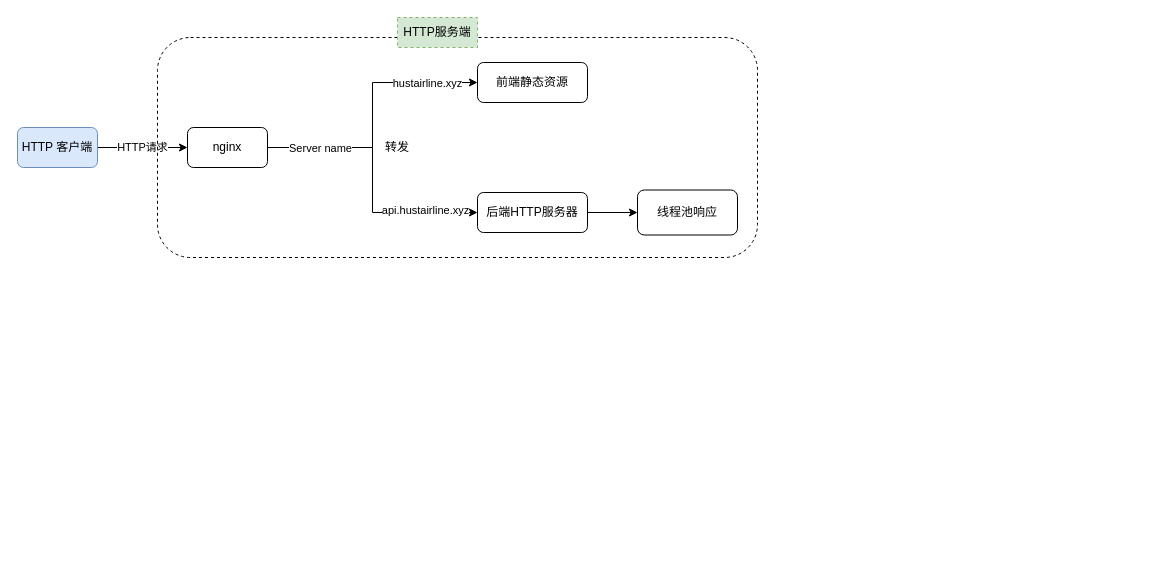
Above: Untitled Diagram.drawio in Icathian-Rain/process_maps (draw.io), before the change. Source tidied: cells renumbered, new cells numbered last; positions are measured from the earlier drawing's top-left corner, leaving out a move shared by most shapes. Both pictures are drawn from the tidied source at 100%, with x=0, y=0 at pixel (17, 17).
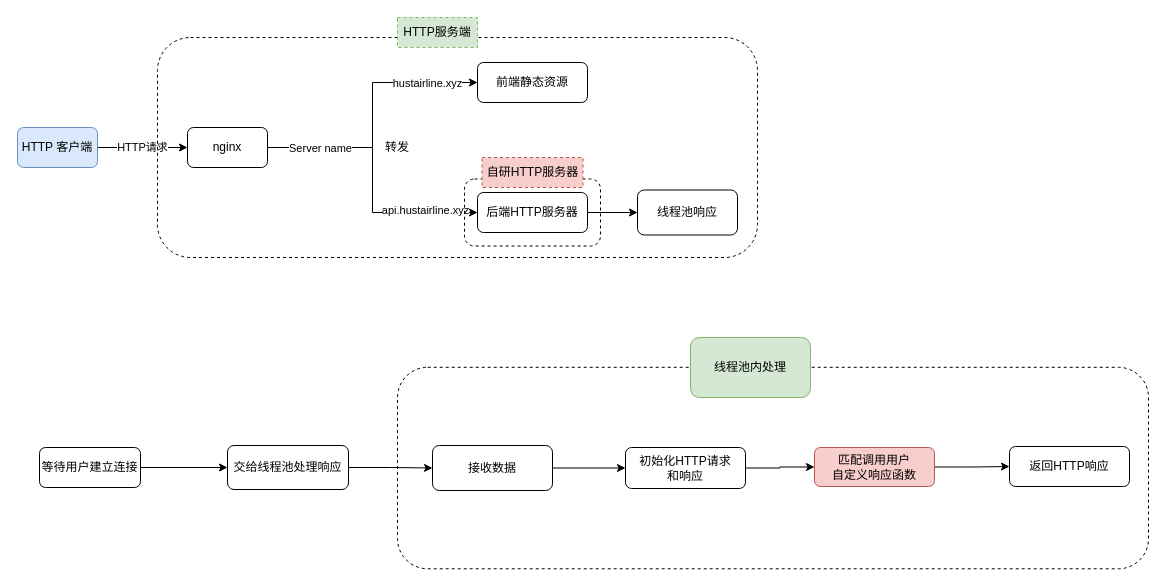
The same diagram, later.

Change to the diagram source:
```diff
@@
-<mxGraphModel>
+<mxGraphModel background="#ffffff">
@@
+    <mxCell id="17" style="rounded=1;whiteSpace=wrap;html=1;shadow=0;glass=0;dashed=1;sketch=0;fillColor=none;" parent="1" vertex="1">
+      <mxGeometry x="447" y="161.5" width="136" height="67" as="geometry" />
+    </mxCell>
+    <mxCell id="18" value="自研HTTP服务器" style="text;html=1;strokeColor=#b85450;fillColor=#f8cecc;align=center;verticalAlign=middle;whiteSpace=wrap;rounded=0;shadow=0;glass=0;dashed=1;sketch=0;" parent="1" vertex="1">
+      <mxGeometry x="464.5" y="140" width="101" height="30" as="geometry" />
+    </mxCell>
+    <mxCell id="19" style="edgeStyle=orthogonalEdgeStyle;rounded=0;jettySize=auto;html=1;exitX=1;exitY=0.5;exitDx=0;exitDy=0;" parent="1" edge="1" source="20" target="22">
+      <mxGeometry relative="1" as="geometry" />
+    </mxCell>
+    <mxCell id="20" value="等待用户建立连接" style="rounded=1;whiteSpace=wrap;html=1;shadow=0;glass=0;sketch=0;fillColor=none;strokeColor=default;" parent="1" vertex="1">
+      <mxGeometry x="22" y="430" width="101" height="40" as="geometry" />
+    </mxCell>
+    <mxCell id="21" style="edgeStyle=orthogonalEdgeStyle;rounded=0;jettySize=auto;html=1;exitX=1;exitY=0.5;exitDx=0;exitDy=0;entryX=0;entryY=0.5;entryDx=0;entryDy=0;" parent="1" edge="1" source="22" target="24">
+      <mxGeometry relative="1" as="geometry" />
+    </mxCell>
+    <mxCell id="22" value="交给线程池处理响应" style="rounded=1;whiteSpace=wrap;html=1;shadow=0;glass=0;sketch=0;strokeColor=default;fillColor=none;" parent="1" vertex="1">
+      <mxGeometry x="210" y="428" width="121" height="44" as="geometry" />
+    </mxCell>
+    <mxCell id="23" style="edgeStyle=orthogonalEdgeStyle;rounded=0;jettySize=auto;html=1;exitX=1;exitY=0.5;exitDx=0;exitDy=0;" parent="1" edge="1" source="24" target="26">
+      <mxGeometry relative="1" as="geometry" />
+    </mxCell>
+    <mxCell id="24" value="接收数据" style="rounded=1;whiteSpace=wrap;html=1;shadow=0;glass=0;sketch=0;strokeColor=default;fillColor=none;" parent="1" vertex="1">
+      <mxGeometry x="415" y="428" width="120" height="45" as="geometry" />
+    </mxCell>
+    <mxCell id="25" style="edgeStyle=orthogonalEdgeStyle;rounded=0;jettySize=auto;html=1;exitX=1;exitY=0.5;exitDx=0;exitDy=0;" parent="1" edge="1" source="26" target="28">
+      <mxGeometry relative="1" as="geometry" />
+    </mxCell>
+    <mxCell id="26" value="初始化HTTP请求&lt;br&gt;和响应" style="rounded=1;whiteSpace=wrap;html=1;shadow=0;glass=0;sketch=0;strokeColor=default;fillColor=none;" parent="1" vertex="1">
+      <mxGeometry x="608" y="430" width="120" height="41" as="geometry" />
+    </mxCell>
+    <mxCell id="27" style="edgeStyle=orthogonalEdgeStyle;rounded=0;jettySize=auto;html=1;exitX=1;exitY=0.5;exitDx=0;exitDy=0;" parent="1" edge="1" source="28" target="29">
+      <mxGeometry relative="1" as="geometry" />
+    </mxCell>
+    <mxCell id="28" value="匹配调用用户&lt;br&gt;自定义响应函数" style="rounded=1;whiteSpace=wrap;html=1;shadow=0;glass=0;sketch=0;strokeColor=#b85450;fillColor=#f8cecc;" parent="1" vertex="1">
+      <mxGeometry x="797" y="430" width="120" height="39" as="geometry" />
+    </mxCell>
+    <mxCell id="29" value="返回HTTP响应" style="rounded=1;whiteSpace=wrap;html=1;shadow=0;glass=0;sketch=0;strokeColor=default;fillColor=none;" parent="1" vertex="1">
+      <mxGeometry x="992" y="429" width="120" height="40" as="geometry" />
+    </mxCell>
+    <mxCell id="30" style="rounded=1;whiteSpace=wrap;html=1;shadow=0;glass=0;sketch=0;strokeColor=default;fillColor=none;dashed=1;" parent="1" vertex="1">
+      <mxGeometry x="380" y="349.8" width="751" height="201.5" as="geometry" />
+    </mxCell>
+    <mxCell id="31" value="线程池内处理" style="rounded=1;whiteSpace=wrap;html=1;shadow=0;glass=0;sketch=0;strokeColor=#82b366;fillColor=#d5e8d4;" parent="1" vertex="1">
+      <mxGeometry x="673" y="320" width="120" height="60" as="geometry" />
+    </mxCell>
```
